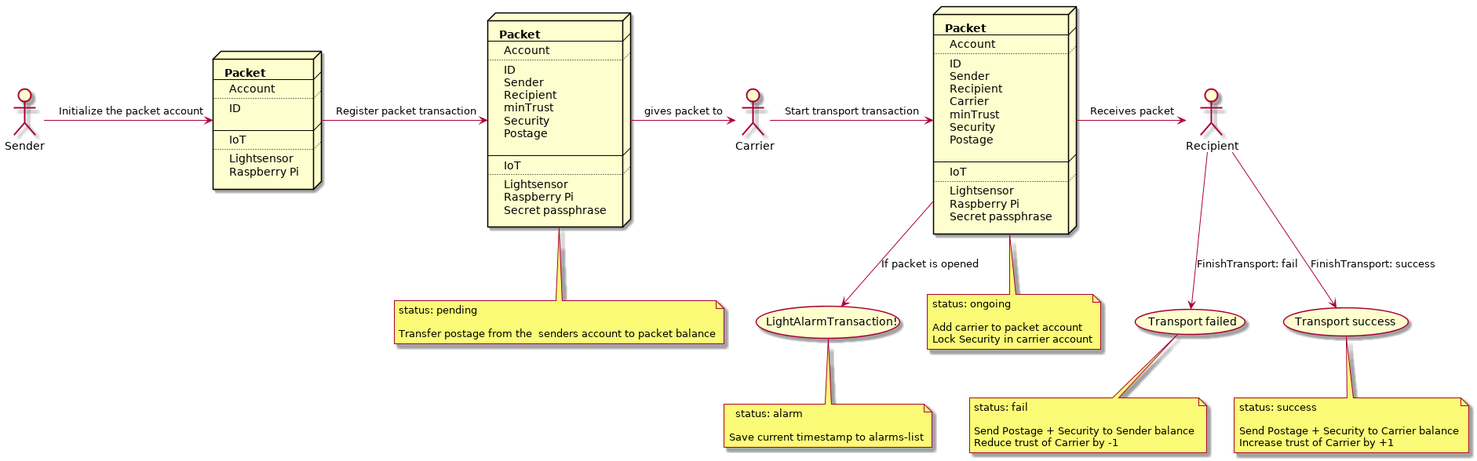
Earlier version of the PlantUML export transport/transport-uml.png (LiskArchive/lisk-sdk-examples).
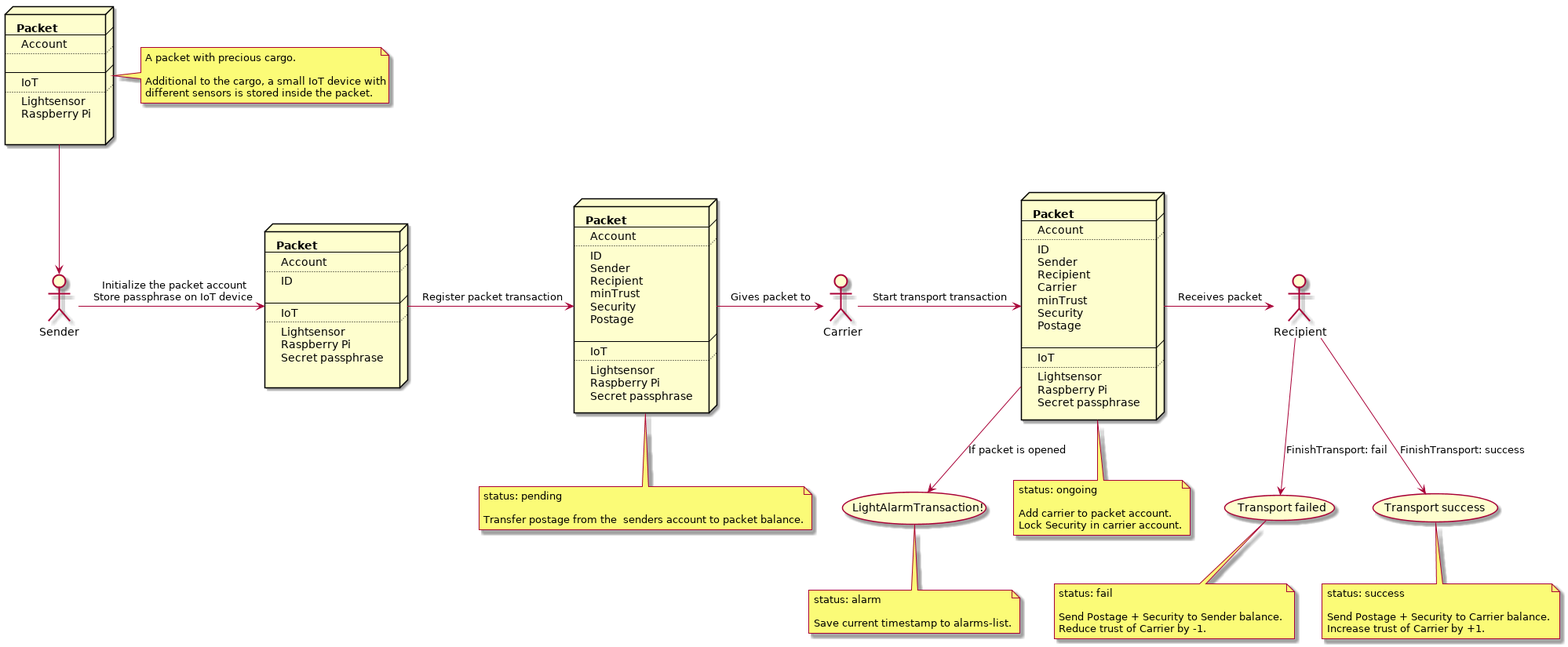
Above is the later version.

Change to the diagram source:
```diff
@@ -2,6 +2,20 @@
 actor Sender
 actor Recipient
 actor Carrier
+
+node emptynode [
+<b>Packet
+----
+Account
+  ....
+
+----
+IoT
+....
+Lightsensor
+Raspberry Pi
+
+]
 
 node initnode [
 <b>Packet
@@ -15,6 +29,8 @@
 ....
 Lightsensor
 Raspberry Pi
+Secret passphrase
+
 ]
 
 
@@ -59,45 +75,53 @@
 Secret passphrase
 ]
 
-Sender -> initnode : Initialize the packet account
+emptynode --> Sender
+Sender -> initnode : Initialize the packet account\nStore passphrase on IoT device
 initnode -> node : Register packet transaction
-node -> Carrier : gives packet to
+node -> Carrier : Gives packet to
 Carrier -> node2 : Start transport transaction
 node2 --> (LightAlarmTransaction!) : If packet is opened
 node2 -> Recipient : Receives packet
 Recipient --> (Transport failed) : FinishTransport: fail
 Recipient --> (Transport success) : FinishTransport: success
 
+note right of emptynode
+  A packet with precious cargo.
+
+  Additional to the cargo, a small IoT device with
+  different sensors is stored inside the packet.
+end note
+
 note bottom of (LightAlarmTransaction!)
   status: alarm
 
-Save current timestamp to alarms-list
+  Save current timestamp to alarms-list.
 end note
 
 note bottom of (Transport failed)
   status: fail
 
-  Send Postage + Security to Sender balance
-  Reduce trust of Carrier by -1
+  Send Postage + Security to Sender balance.
+  Reduce trust of Carrier by -1.
 end note
 
 note bottom of (Transport success)
   status: success
 
-  Send Postage + Security to Carrier balance
-  Increase trust of Carrier by +1
+  Send Postage + Security to Carrier balance.
+  Increase trust of Carrier by +1.
 end note
 
 note bottom of node
   status: pending
 
-  Transfer postage from the  senders account to packet balance
+  Transfer postage from the  senders account to packet balance.
 end note
 
 note bottom of node2
   status: ongoing
 
-  Add carrier to packet account
-  Lock Security in carrier account
+  Add carrier to packet account.
+  Lock Security in carrier account.
 end note
 @enduml
```
